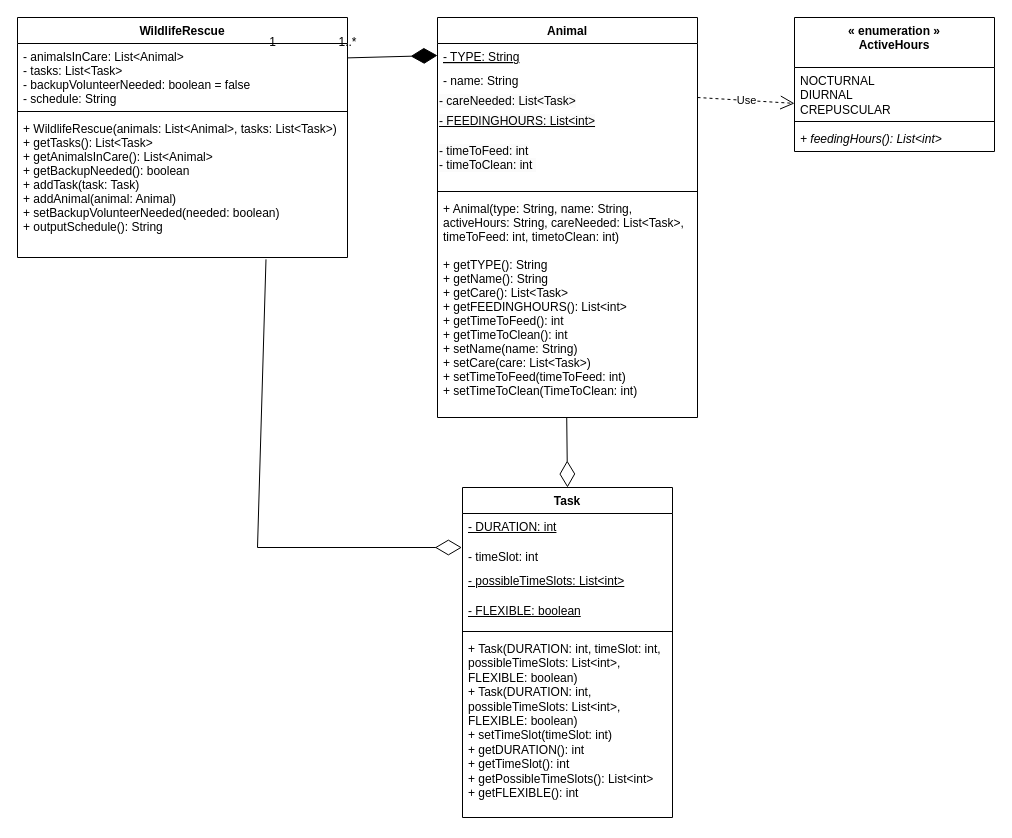
Above: 64.drawio in aryan-karadia/Mock-Schedule-Builder (draw.io), before the change. Source tidied: cells renumbered, new cells numbered last; positions are measured from the earlier drawing's top-left corner, leaving out a move shared by most shapes. Both pictures are drawn from the tidied source at 100%, with x=0, y=0 at pixel (17, 17).
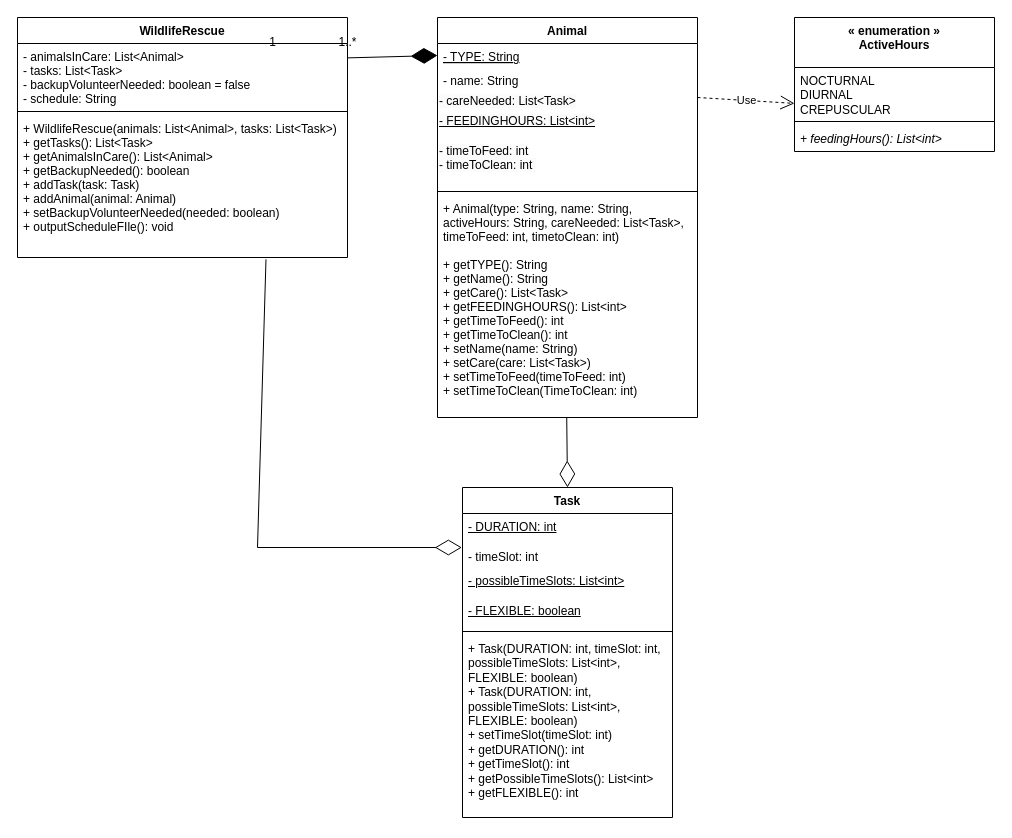
After the change.

Unchanged cells that the change refers to:
```xml
<mxCell id="2" value="WildlifeRescue" style="swimlane;fontStyle=1;align=center;verticalAlign=top;horizontal=1;startSize=26;" parent="1" vertex="1">
  <mxGeometry width="330" height="240" as="geometry" />
</mxCell>
```

Change to the diagram source:
```diff
@@
-    <mxCell id="5" value="+ WildlifeRescue(animals: List&lt;Animal&gt;, tasks: List&lt;Task&gt;)&#10;+ getTasks(): List&lt;Task&gt;&#10;+ getAnimalsInCare(): List&lt;Animal&gt;&#10;+ getBackupNeeded(): boolean&#10;+ addTask(task: Task)&#10;+ addAnimal(animal: Animal)&#10;+ setBackupVolunteerNeeded(needed: boolean)&#10;+ outputSchedule(): String" style="text;strokeColor=none;fillColor=none;align=left;verticalAlign=top;spacingLeft=4;spacingRight=4;overflow=hidden;points=[[0,0.5],[1,0.5]];portConstraint=eastwest;" parent="2" vertex="1">
+    <mxCell id="5" value="+ WildlifeRescue(animals: List&lt;Animal&gt;, tasks: List&lt;Task&gt;)&#10;+ getTasks(): List&lt;Task&gt;&#10;+ getAnimalsInCare(): List&lt;Animal&gt;&#10;+ getBackupNeeded(): boolean&#10;+ addTask(task: Task)&#10;+ addAnimal(animal: Animal)&#10;+ setBackupVolunteerNeeded(needed: boolean)&#10;+ outputScheduleFIle(): void" style="text;strokeColor=none;fillColor=none;align=left;verticalAlign=top;spacingLeft=4;spacingRight=4;overflow=hidden;points=[[0,0.5],[1,0.5]];portConstraint=eastwest;" parent="2" vertex="1">
       <mxGeometry y="98" width="330" height="142" as="geometry" />
     </mxCell>
```
